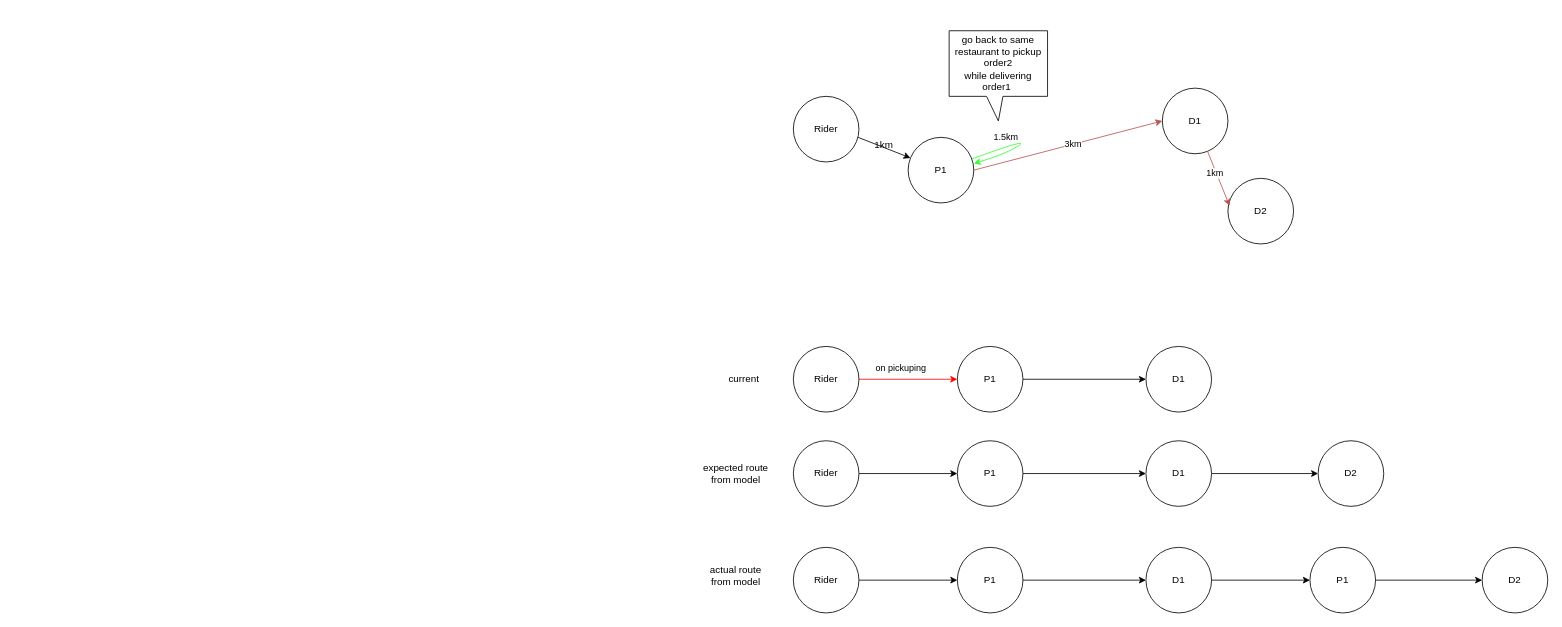
Earlier version of the draw.io diagram page "Page-1" (1 of 4) of Untitled Diagram.drawio (tallongsun/drawio). Source tidied: cells renumbered, new cells numbered last; positions are measured from the earlier drawing's top-left corner, leaving out a move shared by most shapes. Both pictures are drawn from the tidied source at 82%, with x=0, y=0 at pixel (686, 30).
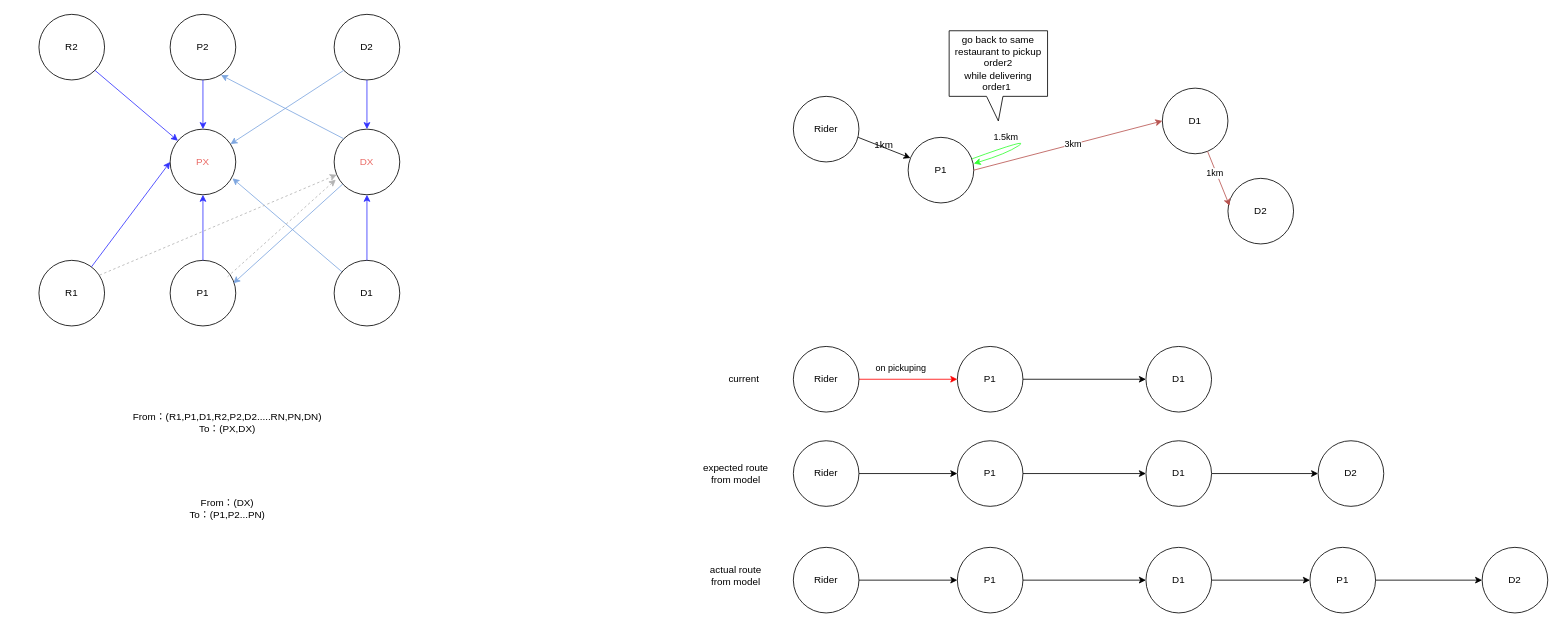
Above is the later version.

Diff of the diagram source:
```diff
@@
+    <mxCell id="40" value="R1" style="ellipse;whiteSpace=wrap;html=1;" parent="1" vertex="1">
+      <mxGeometry x="-790" y="280" width="80" height="80" as="geometry" />
+    </mxCell>
+    <mxCell id="41" value="P1" style="ellipse;whiteSpace=wrap;html=1;" parent="1" vertex="1">
+      <mxGeometry x="-630" y="280" width="80" height="80" as="geometry" />
+    </mxCell>
+    <mxCell id="42" value="D1" style="ellipse;whiteSpace=wrap;html=1;" parent="1" vertex="1">
+      <mxGeometry x="-430" y="280" width="80" height="80" as="geometry" />
+    </mxCell>
+    <mxCell id="43" value="&lt;font color=&quot;#ea6b66&quot;&gt;DX&lt;/font&gt;" style="ellipse;whiteSpace=wrap;html=1;" parent="1" vertex="1">
+      <mxGeometry x="-430" y="120" width="80" height="80" as="geometry" />
+    </mxCell>
+    <mxCell id="44" style="endArrow=classic;html=1;rounded=0;entryX=0;entryY=0.5;entryDx=0;entryDy=0;strokeColor=#3333FF;" parent="1" edge="1" source="40" target="45">
+      <mxGeometry relative="1" as="geometry" />
+    </mxCell>
+    <mxCell id="45" value="&lt;font color=&quot;#ea6b66&quot;&gt;PX&lt;/font&gt;" style="ellipse;whiteSpace=wrap;html=1;" parent="1" vertex="1">
+      <mxGeometry x="-630" y="120" width="80" height="80" as="geometry" />
+    </mxCell>
+    <mxCell id="46" style="endArrow=classic;html=1;rounded=0;entryX=0.95;entryY=0.75;entryDx=0;entryDy=0;entryPerimeter=0;strokeColor=#7EA6E0;" parent="1" edge="1" source="42" target="45">
+      <mxGeometry relative="1" as="geometry" />
+    </mxCell>
+    <mxCell id="47" style="endArrow=classic;html=1;rounded=0;entryX=0.963;entryY=0.35;entryDx=0;entryDy=0;entryPerimeter=0;fillColor=#7EA6E0;strokeColor=#7EA6E0;" parent="1" edge="1" source="43" target="41">
+      <mxGeometry relative="1" as="geometry" />
+    </mxCell>
+    <mxCell id="48" style="endArrow=classic;html=1;rounded=0;entryX=0.5;entryY=1;entryDx=0;entryDy=0;strokeColor=#3333FF;" parent="1" edge="1" source="41" target="45">
+      <mxGeometry relative="1" as="geometry" />
+    </mxCell>
+    <mxCell id="49" style="endArrow=classic;html=1;rounded=0;entryX=0.5;entryY=1;entryDx=0;entryDy=0;strokeColor=#3333FF;" parent="1" edge="1" source="42" target="43">
+      <mxGeometry relative="1" as="geometry" />
+    </mxCell>
+    <mxCell id="50" value="R2" style="ellipse;whiteSpace=wrap;html=1;" parent="1" vertex="1">
+      <mxGeometry x="-790" y="-20" width="80" height="80" as="geometry" />
+    </mxCell>
+    <mxCell id="51" value="P2" style="ellipse;whiteSpace=wrap;html=1;" parent="1" vertex="1">
+      <mxGeometry x="-630" y="-20" width="80" height="80" as="geometry" />
+    </mxCell>
+    <mxCell id="52" value="D2" style="ellipse;whiteSpace=wrap;html=1;" parent="1" vertex="1">
+      <mxGeometry x="-430" y="-20" width="80" height="80" as="geometry" />
+    </mxCell>
+    <mxCell id="53" style="endArrow=classic;html=1;rounded=0;exitX=1;exitY=1;exitDx=0;exitDy=0;strokeColor=#3333FF;" parent="1" edge="1" source="50" target="45">
+      <mxGeometry relative="1" as="geometry" />
+    </mxCell>
+    <mxCell id="54" style="endArrow=classic;html=1;rounded=0;entryX=0.5;entryY=0;entryDx=0;entryDy=0;strokeColor=#3333FF;" parent="1" edge="1" source="51" target="45">
+      <mxGeometry relative="1" as="geometry" />
+    </mxCell>
+    <mxCell id="55" style="endArrow=classic;html=1;rounded=0;strokeColor=#3333FF;" parent="1" edge="1" target="43">
+      <mxGeometry relative="1" as="geometry">
+        <mxPoint x="-390" y="60" as="sourcePoint" />
+      </mxGeometry>
+    </mxCell>
+    <mxCell id="56" style="endArrow=classic;html=1;rounded=0;exitX=0;exitY=0;exitDx=0;exitDy=0;entryX=0.775;entryY=0.925;entryDx=0;entryDy=0;entryPerimeter=0;strokeColor=#7EA6E0;" parent="1" edge="1" source="43" target="51">
+      <mxGeometry relative="1" as="geometry" />
+    </mxCell>
+    <mxCell id="57" style="endArrow=classic;html=1;rounded=0;exitX=0;exitY=1;exitDx=0;exitDy=0;strokeColor=#7EA6E0;" parent="1" edge="1" source="52" target="45">
+      <mxGeometry relative="1" as="geometry" />
+    </mxCell>
+    <mxCell id="58" value="&lt;font color=&quot;#000000&quot;&gt;From：(R1,P1,D1,R2,P2,D2.....RN,PN,DN)&lt;br&gt;To：(PX,DX)&lt;br&gt;&lt;/font&gt;" style="text;html=1;strokeColor=none;fillColor=none;align=center;verticalAlign=middle;whiteSpace=wrap;rounded=0;fontColor=#EA6B66;" parent="1" vertex="1">
+      <mxGeometry x="-820" y="425" width="520" height="105" as="geometry" />
+    </mxCell>
+    <mxCell id="59" style="endArrow=classic;html=1;rounded=0;strokeColor=#B3B3B3;dashed=1;" parent="1" edge="1" target="43">
+      <mxGeometry relative="1" as="geometry">
+        <mxPoint x="-716" y="298" as="sourcePoint" />
+      </mxGeometry>
+    </mxCell>
+    <mxCell id="60" style="endArrow=classic;html=1;rounded=0;fillColor=#7EA6E0;strokeColor=#B3B3B3;entryX=0.025;entryY=0.769;entryDx=0;entryDy=0;entryPerimeter=0;dashed=1;" parent="1" edge="1" target="43">
+      <mxGeometry relative="1" as="geometry">
+        <mxPoint x="-560" y="300" as="sourcePoint" />
+      </mxGeometry>
+    </mxCell>
+    <mxCell id="61" value="&lt;font color=&quot;#000000&quot;&gt;From：(DX)&lt;br&gt;To：(P1,P2...PN)&lt;br&gt;&lt;/font&gt;" style="text;html=1;strokeColor=none;fillColor=none;align=center;verticalAlign=middle;whiteSpace=wrap;rounded=0;fontColor=#EA6B66;" parent="1" vertex="1">
+      <mxGeometry x="-820" y="530" width="520" height="105" as="geometry" />
+    </mxCell>
```
